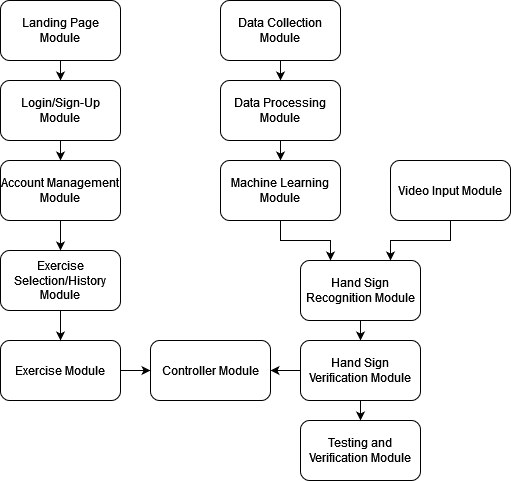
Above: docs/Design/SoftArchitecture/UsesHierarchy.png in stanreee/sign-language-learning (draw.io), before the change. Source tidied: cells renumbered, new cells last; positions are measured from the earlier drawing's top-left corner, leaving out a move shared by most shapes.
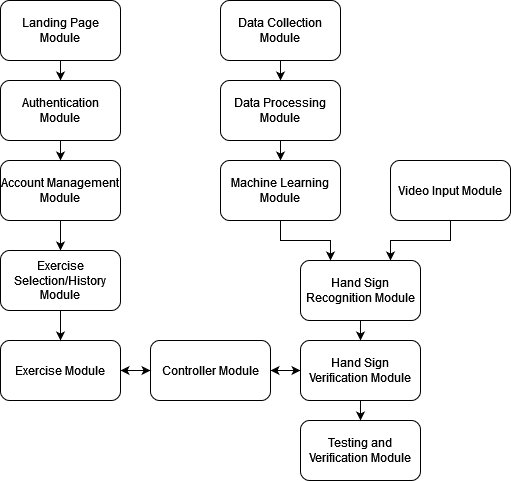
Later version of the same file.

Commit message:
Renaming for Authentication Moduel from Login/Signup, added in new uses hierachy png

The edit, as a diff of the source:
```diff
@@ -44,11 +44,22 @@
     <mxCell id="15" value="Machine Learning Module" style="rounded=1;whiteSpace=wrap;html=1;" parent="1" vertex="1">
       <mxGeometry x="220" y="160" width="120" height="60" as="geometry" />
     </mxCell>
+    <mxCell id="27" style="edgeStyle=orthogonalEdgeStyle;rounded=0;jettySize=auto;html=1;" parent="1" edge="1" source="16" target="18">
+      <mxGeometry relative="1" as="geometry" />
+    </mxCell>
+    <mxCell id="28" style="edgeStyle=orthogonalEdgeStyle;rounded=0;jettySize=auto;html=1;exitX=1;exitY=0.5;exitDx=0;exitDy=0;entryX=0;entryY=0.5;entryDx=0;entryDy=0;" parent="1" edge="1" source="16" target="13">
+      <mxGeometry relative="1" as="geometry" />
+    </mxCell>
     <mxCell id="16" value="Controller Module" style="rounded=1;whiteSpace=wrap;html=1;" parent="1" vertex="1">
       <mxGeometry x="150" y="340" width="120" height="60" as="geometry" />
     </mxCell>
     <mxCell id="17" style="edgeStyle=orthogonalEdgeStyle;rounded=0;jettySize=auto;html=1;exitX=1;exitY=0.5;exitDx=0;exitDy=0;entryX=0;entryY=0.5;entryDx=0;entryDy=0;" parent="1" edge="1" source="18" target="16">
-      <mxGeometry relative="1" as="geometry" />
+      <mxGeometry relative="1" as="geometry">
+        <Array as="points">
+          <mxPoint x="140" y="370" />
+          <mxPoint x="140" y="370" />
+        </Array>
+      </mxGeometry>
     </mxCell>
     <mxCell id="18" value="Exercise Module" style="rounded=1;whiteSpace=wrap;html=1;" parent="1" vertex="1">
       <mxGeometry y="340" width="120" height="60" as="geometry" />
@@ -74,7 +85,7 @@
     <mxCell id="25" style="edgeStyle=orthogonalEdgeStyle;rounded=0;jettySize=auto;html=1;exitX=0.5;exitY=1;exitDx=0;exitDy=0;entryX=0.5;entryY=0;entryDx=0;entryDy=0;" parent="1" edge="1" source="26" target="22">
       <mxGeometry relative="1" as="geometry" />
     </mxCell>
-    <mxCell id="26" value="Login/Sign-Up Module" style="rounded=1;whiteSpace=wrap;html=1;" parent="1" vertex="1">
+    <mxCell id="26" value="Authentication Module" style="rounded=1;whiteSpace=wrap;html=1;" parent="1" vertex="1">
       <mxGeometry y="80" width="120" height="60" as="geometry" />
     </mxCell>
   </root>
```
